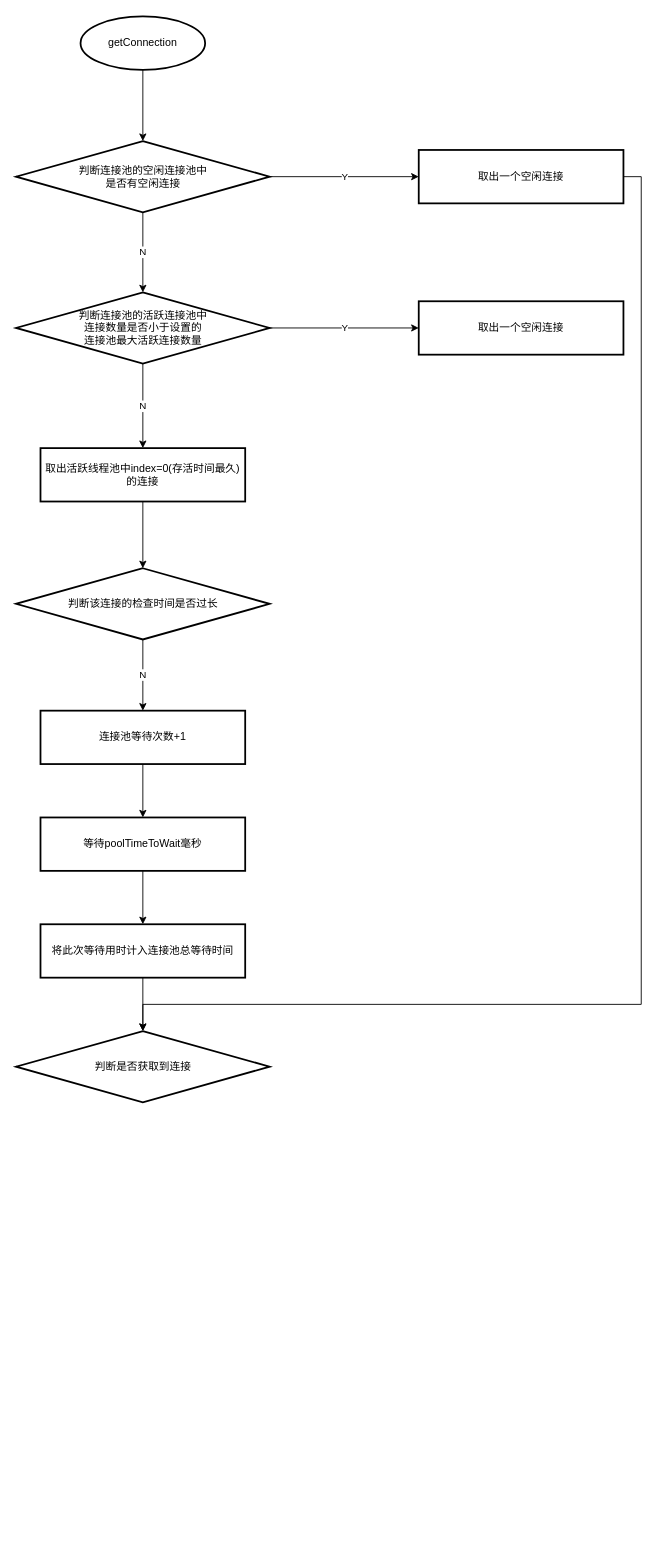
Before: draw-io/pool.drawio in kpsmile95/file-repository, a draw.io diagram. Source tidied: cells renumbered, new cells numbered last; positions are measured from the earlier drawing's top-left corner, leaving out a move shared by most shapes. Both pictures are drawn from the tidied source at 89%, with x=0, y=0 at pixel (16, 16).
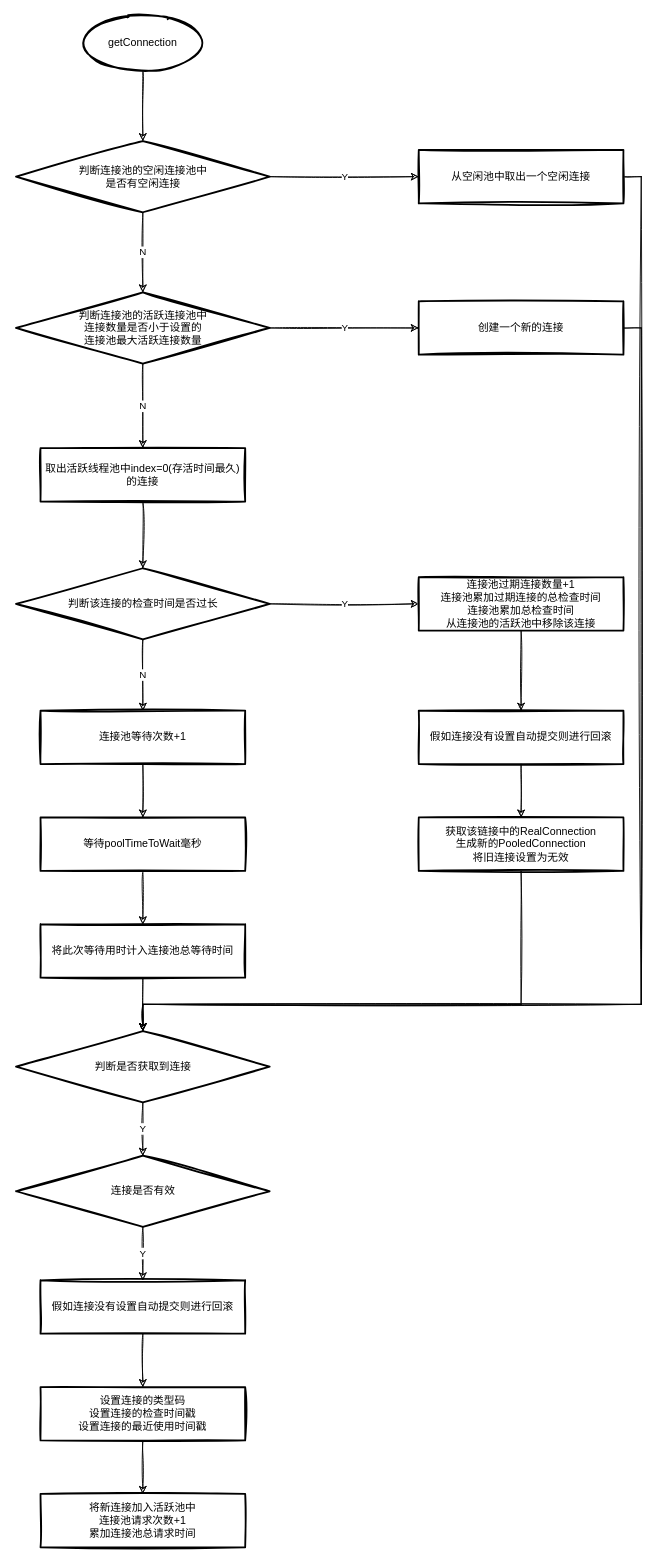
Above is the later version.

Change to the diagram source:
```diff
@@
-    <mxCell id="2" style="edgeStyle=orthogonalEdgeStyle;rounded=0;jettySize=auto;html=1;exitX=0.5;exitY=1;exitDx=0;exitDy=0;exitPerimeter=0;entryX=0.5;entryY=0;entryDx=0;entryDy=0;" parent="1" edge="1" source="3" target="9">
+    <mxCell id="2" style="edgeStyle=orthogonalEdgeStyle;rounded=0;jettySize=auto;html=1;exitX=0.5;exitY=1;exitDx=0;exitDy=0;exitPerimeter=0;entryX=0.5;entryY=0;entryDx=0;entryDy=0;sketch=1;" parent="1" edge="1" source="3" target="9">
       <mxGeometry relative="1" as="geometry" />
     </mxCell>
-    <mxCell id="3" value="getConnection" style="strokeWidth=2;html=1;shape=mxgraph.flowchart.start_1;whiteSpace=wrap;" parent="1" vertex="1">
+    <mxCell id="3" value="getConnection" style="strokeWidth=2;html=1;shape=mxgraph.flowchart.start_1;whiteSpace=wrap;sketch=1;" parent="1" vertex="1">
       <mxGeometry x="72" width="140" height="60" as="geometry" />
     </mxCell>
-    <mxCell id="4" value="N" style="edgeStyle=orthogonalEdgeStyle;rounded=0;jettySize=auto;html=1;" parent="1" edge="1" source="6" target="11">
+    <mxCell id="4" value="N" style="edgeStyle=orthogonalEdgeStyle;rounded=0;jettySize=auto;html=1;sketch=1;" parent="1" edge="1" source="6" target="11">
       <mxGeometry relative="1" as="geometry" />
     </mxCell>
-    <mxCell id="5" value="Y" style="edgeStyle=orthogonalEdgeStyle;rounded=0;jettySize=auto;html=1;exitX=1;exitY=0.5;exitDx=0;exitDy=0;entryX=0;entryY=0.5;entryDx=0;entryDy=0;" parent="1" edge="1" source="6" target="23">
+    <mxCell id="5" value="Y" style="edgeStyle=orthogonalEdgeStyle;rounded=0;jettySize=auto;html=1;exitX=1;exitY=0.5;exitDx=0;exitDy=0;entryX=0;entryY=0.5;entryDx=0;entryDy=0;sketch=1;" parent="1" edge="1" source="6" target="23">
       <mxGeometry relative="1" as="geometry" />
     </mxCell>
-    <mxCell id="6" value="判断连接池的活跃连接池中&lt;br&gt;连接数量是否小于设置的&lt;br&gt;连接池最大活跃连接数量" style="rhombus;whiteSpace=wrap;html=1;strokeWidth=2;" parent="1" vertex="1">
+    <mxCell id="6" value="判断连接池的活跃连接池中&lt;br&gt;连接数量是否小于设置的&lt;br&gt;连接池最大活跃连接数量" style="rhombus;whiteSpace=wrap;html=1;strokeWidth=2;sketch=1;" parent="1" vertex="1">
       <mxGeometry x="-0.5" y="310" width="285" height="80" as="geometry" />
     </mxCell>
-    <mxCell id="7" value="N" style="edgeStyle=orthogonalEdgeStyle;rounded=0;jettySize=auto;html=1;exitX=0.5;exitY=1;exitDx=0;exitDy=0;entryX=0.5;entryY=0;entryDx=0;entryDy=0;" parent="1" edge="1" source="9" target="6">
+    <mxCell id="7" value="N" style="edgeStyle=orthogonalEdgeStyle;rounded=0;jettySize=auto;html=1;exitX=0.5;exitY=1;exitDx=0;exitDy=0;entryX=0.5;entryY=0;entryDx=0;entryDy=0;sketch=1;" parent="1" edge="1" source="9" target="6">
       <mxGeometry relative="1" as="geometry" />
     </mxCell>
-    <mxCell id="8" value="Y" style="edgeStyle=orthogonalEdgeStyle;rounded=0;jettySize=auto;html=1;exitX=1;exitY=0.5;exitDx=0;exitDy=0;entryX=0;entryY=0.5;entryDx=0;entryDy=0;" parent="1" edge="1" source="9" target="22">
+    <mxCell id="8" value="Y" style="edgeStyle=orthogonalEdgeStyle;rounded=0;jettySize=auto;html=1;exitX=1;exitY=0.5;exitDx=0;exitDy=0;entryX=0;entryY=0.5;entryDx=0;entryDy=0;sketch=1;" parent="1" edge="1" source="9" target="22">
       <mxGeometry relative="1" as="geometry" />
     </mxCell>
-    <mxCell id="9" value="判断连接池的空闲连接池中&lt;br&gt;是否有空闲连接" style="rhombus;whiteSpace=wrap;html=1;strokeWidth=2;" parent="1" vertex="1">
+    <mxCell id="9" value="判断连接池的空闲连接池中&lt;br&gt;是否有空闲连接" style="rhombus;whiteSpace=wrap;html=1;strokeWidth=2;sketch=1;" parent="1" vertex="1">
       <mxGeometry x="-0.5" y="140" width="285" height="80" as="geometry" />
     </mxCell>
-    <mxCell id="10" style="edgeStyle=orthogonalEdgeStyle;rounded=0;jettySize=auto;html=1;exitX=0.5;exitY=1;exitDx=0;exitDy=0;entryX=0.5;entryY=0;entryDx=0;entryDy=0;" parent="1" edge="1" source="11" target="13">
+    <mxCell id="10" style="edgeStyle=orthogonalEdgeStyle;rounded=0;jettySize=auto;html=1;exitX=0.5;exitY=1;exitDx=0;exitDy=0;entryX=0.5;entryY=0;entryDx=0;entryDy=0;sketch=1;" parent="1" edge="1" source="11" target="13">
       <mxGeometry relative="1" as="geometry" />
     </mxCell>
-    <mxCell id="11" value="取出活跃线程池中index=0(存活时间最久)的连接" style="whiteSpace=wrap;html=1;strokeWidth=2;" parent="1" vertex="1">
+    <mxCell id="11" value="取出活跃线程池中index=0(存活时间最久)的连接" style="whiteSpace=wrap;html=1;strokeWidth=2;sketch=1;" parent="1" vertex="1">
       <mxGeometry x="27" y="485" width="230" height="60" as="geometry" />
     </mxCell>
-    <mxCell id="12" value="N" style="edgeStyle=orthogonalEdgeStyle;rounded=0;jettySize=auto;html=1;exitX=0.5;exitY=1;exitDx=0;exitDy=0;entryX=0.5;entryY=0;entryDx=0;entryDy=0;" parent="1" edge="1" source="13" target="15">
+    <mxCell id="12" value="N" style="edgeStyle=orthogonalEdgeStyle;rounded=0;jettySize=auto;html=1;exitX=0.5;exitY=1;exitDx=0;exitDy=0;entryX=0.5;entryY=0;entryDx=0;entryDy=0;sketch=1;" parent="1" edge="1" source="13" target="15">
       <mxGeometry relative="1" as="geometry" />
     </mxCell>
+    <mxCell id="24" value="Y" style="edgeStyle=orthogonalEdgeStyle;rounded=0;sketch=1;jettySize=auto;html=1;exitX=1;exitY=0.5;exitDx=0;exitDy=0;entryX=0;entryY=0.5;entryDx=0;entryDy=0;" parent="1" edge="1" source="13" target="28">
+      <mxGeometry relative="1" as="geometry" />
+    </mxCell>
-    <mxCell id="13" value="判断该连接的检查时间是否过长" style="rhombus;whiteSpace=wrap;html=1;strokeWidth=2;" parent="1" vertex="1">
+    <mxCell id="13" value="判断该连接的检查时间是否过长" style="rhombus;whiteSpace=wrap;html=1;strokeWidth=2;sketch=1;" parent="1" vertex="1">
       <mxGeometry x="-0.5" y="620" width="285" height="80" as="geometry" />
     </mxCell>
-    <mxCell id="14" style="edgeStyle=orthogonalEdgeStyle;rounded=0;jettySize=auto;html=1;exitX=0.5;exitY=1;exitDx=0;exitDy=0;entryX=0.5;entryY=0;entryDx=0;entryDy=0;" parent="1" edge="1" source="15" target="17">
+    <mxCell id="14" style="edgeStyle=orthogonalEdgeStyle;rounded=0;jettySize=auto;html=1;exitX=0.5;exitY=1;exitDx=0;exitDy=0;entryX=0.5;entryY=0;entryDx=0;entryDy=0;sketch=1;" parent="1" edge="1" source="15" target="17">
       <mxGeometry relative="1" as="geometry" />
     </mxCell>
-    <mxCell id="15" value="连接池等待次数+1" style="whiteSpace=wrap;html=1;strokeWidth=2;" parent="1" vertex="1">
+    <mxCell id="15" value="连接池等待次数+1" style="whiteSpace=wrap;html=1;strokeWidth=2;sketch=1;" parent="1" vertex="1">
       <mxGeometry x="27" y="780" width="230" height="60" as="geometry" />
     </mxCell>
-    <mxCell id="16" style="edgeStyle=orthogonalEdgeStyle;rounded=0;jettySize=auto;html=1;exitX=0.5;exitY=1;exitDx=0;exitDy=0;entryX=0.5;entryY=0;entryDx=0;entryDy=0;" parent="1" edge="1" source="17" target="19">
+    <mxCell id="16" style="edgeStyle=orthogonalEdgeStyle;rounded=0;jettySize=auto;html=1;exitX=0.5;exitY=1;exitDx=0;exitDy=0;entryX=0.5;entryY=0;entryDx=0;entryDy=0;sketch=1;" parent="1" edge="1" source="17" target="19">
       <mxGeometry relative="1" as="geometry" />
     </mxCell>
-    <mxCell id="17" value="等待poolTimeToWait毫秒" style="whiteSpace=wrap;html=1;strokeWidth=2;" parent="1" vertex="1">
+    <mxCell id="17" value="等待poolTimeToWait毫秒" style="whiteSpace=wrap;html=1;strokeWidth=2;sketch=1;" parent="1" vertex="1">
       <mxGeometry x="27" y="900" width="230" height="60" as="geometry" />
     </mxCell>
-    <mxCell id="18" style="edgeStyle=orthogonalEdgeStyle;rounded=0;jettySize=auto;html=1;exitX=0.5;exitY=1;exitDx=0;exitDy=0;entryX=0.5;entryY=0;entryDx=0;entryDy=0;" parent="1" edge="1" source="19" target="20">
+    <mxCell id="18" style="edgeStyle=orthogonalEdgeStyle;rounded=0;jettySize=auto;html=1;exitX=0.5;exitY=1;exitDx=0;exitDy=0;entryX=0.5;entryY=0;entryDx=0;entryDy=0;sketch=1;" parent="1" edge="1" source="19" target="20">
       <mxGeometry relative="1" as="geometry" />
     </mxCell>
-    <mxCell id="19" value="&lt;span style=&quot;text-align: left;&quot;&gt;将此次等待用时计入连接池总等待时间&lt;/span&gt;" style="whiteSpace=wrap;html=1;strokeWidth=2;" parent="1" vertex="1">
+    <mxCell id="19" value="&lt;span style=&quot;text-align: left;&quot;&gt;将此次等待用时计入连接池总等待时间&lt;/span&gt;" style="whiteSpace=wrap;html=1;strokeWidth=2;sketch=1;" parent="1" vertex="1">
       <mxGeometry x="27" y="1020" width="230" height="60" as="geometry" />
     </mxCell>
+    <mxCell id="25" value="Y" style="edgeStyle=orthogonalEdgeStyle;rounded=0;sketch=1;jettySize=auto;html=1;exitX=0.5;exitY=1;exitDx=0;exitDy=0;entryX=0.5;entryY=0;entryDx=0;entryDy=0;" parent="1" edge="1" source="20" target="34">
+      <mxGeometry relative="1" as="geometry" />
+    </mxCell>
-    <mxCell id="20" value="判断是否获取到连接" style="rhombus;whiteSpace=wrap;html=1;strokeWidth=2;" parent="1" vertex="1">
+    <mxCell id="20" value="判断是否获取到连接" style="rhombus;whiteSpace=wrap;html=1;strokeWidth=2;sketch=1;" parent="1" vertex="1">
       <mxGeometry x="-0.5" y="1140" width="285" height="80" as="geometry" />
     </mxCell>
-    <mxCell id="21" style="edgeStyle=orthogonalEdgeStyle;rounded=0;jettySize=auto;html=1;exitX=1;exitY=0.5;exitDx=0;exitDy=0;entryX=0.5;entryY=0;entryDx=0;entryDy=0;" parent="1" edge="1" source="22" target="20">
+    <mxCell id="21" style="edgeStyle=orthogonalEdgeStyle;rounded=0;jettySize=auto;html=1;exitX=1;exitY=0.5;exitDx=0;exitDy=0;entryX=0.5;entryY=0;entryDx=0;entryDy=0;sketch=1;" parent="1" edge="1" source="22" target="20">
       <mxGeometry relative="1" as="geometry">
         <Array as="points">
           <mxPoint x="702" y="180" />
           <mxPoint x="702" y="1110" />
           <mxPoint x="142" y="1110" />
         </Array>
       </mxGeometry>
     </mxCell>
-    <mxCell id="22" value="取出一个空闲连接" style="whiteSpace=wrap;html=1;strokeWidth=2;" parent="1" vertex="1">
+    <mxCell id="22" value="从空闲池中取出一个空闲连接" style="whiteSpace=wrap;html=1;strokeWidth=2;sketch=1;" parent="1" vertex="1">
       <mxGeometry x="452" y="150" width="230" height="60" as="geometry" />
     </mxCell>
+    <mxCell id="26" style="edgeStyle=orthogonalEdgeStyle;rounded=0;jettySize=auto;html=1;exitX=1;exitY=0.5;exitDx=0;exitDy=0;entryX=0.5;entryY=0;entryDx=0;entryDy=0;sketch=1;" parent="1" edge="1" source="23" target="20">
+      <mxGeometry relative="1" as="geometry">
+        <Array as="points">
+          <mxPoint x="702" y="350" />
+          <mxPoint x="702" y="1110" />
+          <mxPoint x="142" y="1110" />
+        </Array>
+      </mxGeometry>
+    </mxCell>
-    <mxCell id="23" value="取出一个空闲连接" style="whiteSpace=wrap;html=1;strokeWidth=2;" parent="1" vertex="1">
+    <mxCell id="23" value="创建一个新的连接" style="whiteSpace=wrap;html=1;strokeWidth=2;sketch=1;" parent="1" vertex="1">
       <mxGeometry x="452" y="320" width="230" height="60" as="geometry" />
     </mxCell>
+    <mxCell id="27" style="edgeStyle=orthogonalEdgeStyle;rounded=0;sketch=1;jettySize=auto;html=1;exitX=0.5;exitY=1;exitDx=0;exitDy=0;" parent="1" edge="1" source="28" target="30">
+      <mxGeometry relative="1" as="geometry" />
+    </mxCell>
+    <mxCell id="28" value="连接池过期连接数量+1&lt;br&gt;连接池累加&lt;span style=&quot;text-align: left;&quot;&gt;过期连接的总检查时间&lt;br&gt;&lt;/span&gt;连接池累加&lt;span style=&quot;text-align: left;&quot;&gt;总检查时间&lt;br&gt;&lt;/span&gt;从连接池的活跃池中移除该连接" style="whiteSpace=wrap;html=1;strokeWidth=2;sketch=1;" parent="1" vertex="1">
+      <mxGeometry x="452" y="630" width="230" height="60" as="geometry" />
+    </mxCell>
+    <mxCell id="29" style="edgeStyle=orthogonalEdgeStyle;rounded=0;sketch=1;jettySize=auto;html=1;exitX=0.5;exitY=1;exitDx=0;exitDy=0;" parent="1" edge="1" source="30" target="32">
+      <mxGeometry relative="1" as="geometry" />
+    </mxCell>
+    <mxCell id="30" value="假如连接没有设置自动提交则进行回滚" style="whiteSpace=wrap;html=1;strokeWidth=2;sketch=1;" parent="1" vertex="1">
+      <mxGeometry x="452" y="780" width="230" height="60" as="geometry" />
+    </mxCell>
+    <mxCell id="31" style="edgeStyle=orthogonalEdgeStyle;rounded=0;sketch=1;jettySize=auto;html=1;exitX=0.5;exitY=1;exitDx=0;exitDy=0;entryX=0.5;entryY=0;entryDx=0;entryDy=0;" parent="1" edge="1" source="32" target="20">
+      <mxGeometry relative="1" as="geometry">
+        <Array as="points">
+          <mxPoint x="567" y="1110" />
+          <mxPoint x="142" y="1110" />
+        </Array>
+      </mxGeometry>
+    </mxCell>
+    <mxCell id="32" value="获取该链接中的RealConnection&lt;br&gt;生成新的PooledConnection&lt;br&gt;将旧连接设置为无效" style="whiteSpace=wrap;html=1;strokeWidth=2;sketch=1;" parent="1" vertex="1">
+      <mxGeometry x="452" y="900" width="230" height="60" as="geometry" />
+    </mxCell>
+    <mxCell id="33" value="Y" style="edgeStyle=orthogonalEdgeStyle;rounded=0;sketch=1;jettySize=auto;html=1;exitX=0.5;exitY=1;exitDx=0;exitDy=0;entryX=0.5;entryY=0;entryDx=0;entryDy=0;" parent="1" edge="1" source="34" target="36">
+      <mxGeometry relative="1" as="geometry" />
+    </mxCell>
+    <mxCell id="34" value="连接是否有效" style="rhombus;whiteSpace=wrap;html=1;strokeWidth=2;sketch=1;" parent="1" vertex="1">
+      <mxGeometry x="-0.5" y="1280" width="285" height="80" as="geometry" />
+    </mxCell>
+    <mxCell id="35" style="edgeStyle=orthogonalEdgeStyle;rounded=0;sketch=1;jettySize=auto;html=1;exitX=0.5;exitY=1;exitDx=0;exitDy=0;entryX=0.5;entryY=0;entryDx=0;entryDy=0;" parent="1" edge="1" source="36" target="38">
+      <mxGeometry relative="1" as="geometry" />
+    </mxCell>
+    <mxCell id="36" value="假如连接没有设置自动提交则进行回滚" style="whiteSpace=wrap;html=1;strokeWidth=2;sketch=1;" parent="1" vertex="1">
+      <mxGeometry x="27" y="1420" width="230" height="60" as="geometry" />
+    </mxCell>
+    <mxCell id="37" style="edgeStyle=orthogonalEdgeStyle;rounded=0;sketch=1;jettySize=auto;html=1;exitX=0.5;exitY=1;exitDx=0;exitDy=0;entryX=0.5;entryY=0;entryDx=0;entryDy=0;" parent="1" edge="1" source="38" target="39">
+      <mxGeometry relative="1" as="geometry" />
+    </mxCell>
+    <mxCell id="38" value="设置连接的类型码&lt;br&gt;设置连接的检查时间戳&lt;br&gt;设置连接的最近使用时间戳" style="whiteSpace=wrap;html=1;strokeWidth=2;sketch=1;" parent="1" vertex="1">
+      <mxGeometry x="27" y="1540" width="230" height="60" as="geometry" />
+    </mxCell>
+    <mxCell id="39" value="将新连接加入活跃池中&lt;br&gt;连接池请求次数+1&lt;br&gt;累加连接池总请求时间" style="whiteSpace=wrap;html=1;strokeWidth=2;sketch=1;" parent="1" vertex="1">
+      <mxGeometry x="27" y="1660" width="230" height="60" as="geometry" />
+    </mxCell>
```
